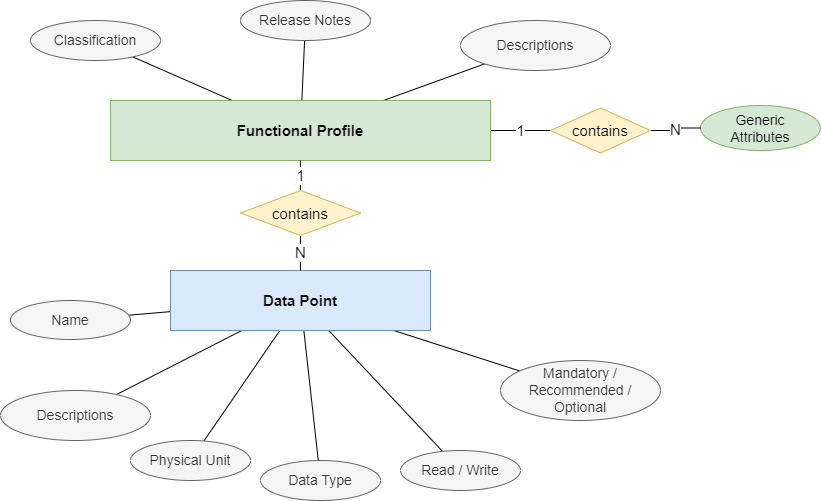
Before: doc/functionalProfile.drawio.png, a diagram exported from draw.io (SmartgridReady/SGrSpecifications). Source tidied: cells renumbered, new cells last; positions are measured from the earlier drawing's top-left corner, leaving out a move shared by most shapes.
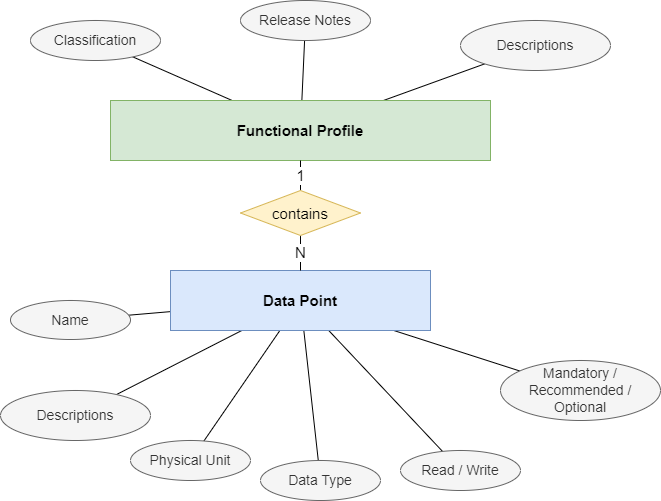
The same diagram one commit later.

What changed in the source:
```diff
@@ -11,9 +11,6 @@
     <mxCell id="4" style="edgeStyle=none;rounded=0;jettySize=auto;html=1;strokeColor=default;fontSize=12;endArrow=none;endFill=0;" parent="1" edge="1" source="6" target="17">
       <mxGeometry relative="1" as="geometry" />
     </mxCell>
-    <mxCell id="5" value="1" style="edgeStyle=orthogonalEdgeStyle;rounded=0;jettySize=auto;html=1;strokeColor=default;fontSize=15;endArrow=none;endFill=0;entryX=0;entryY=0.5;entryDx=0;entryDy=0;" parent="1" edge="1" source="6" target="26">
-      <mxGeometry relative="1" as="geometry" />
-    </mxCell>
     <mxCell id="6" value="Functional Profile" style="whiteSpace=wrap;html=1;align=center;fontSize=15;fillColor=#d5e8d4;strokeColor=#82b366;fontStyle=1;" parent="1" vertex="1">
       <mxGeometry x="110" y="100" width="380" height="60" as="geometry" />
     </mxCell>
@@ -23,9 +20,6 @@
     <mxCell id="8" value="Release Notes" style="ellipse;whiteSpace=wrap;html=1;fillColor=#f5f5f5;fontColor=#333333;strokeColor=#666666;fontSize=14;" parent="1" vertex="1">
       <mxGeometry x="240" width="130" height="40" as="geometry" />
     </mxCell>
-    <mxCell id="9" value="Generic&lt;br&gt;Attributes" style="ellipse;whiteSpace=wrap;html=1;fillColor=#d5e8d4;strokeColor=#82b366;fontSize=14;" parent="1" vertex="1">
-      <mxGeometry x="700" y="105" width="120" height="45" as="geometry" />
-    </mxCell>
     <mxCell id="10" style="edgeStyle=none;rounded=0;jettySize=auto;html=1;strokeColor=default;fontSize=12;endArrow=none;endFill=0;" parent="1" edge="1" source="16" target="18">
       <mxGeometry relative="1" as="geometry" />
     </mxCell>
@@ -71,12 +65,6 @@
     <mxCell id="24" value="Descriptions" style="ellipse;whiteSpace=wrap;html=1;fillColor=#f5f5f5;fontColor=#333333;strokeColor=#666666;fontSize=14;" parent="1" vertex="1">
       <mxGeometry y="390" width="150" height="50" as="geometry" />
     </mxCell>
-    <mxCell id="25" value="N" style="edgeStyle=orthogonalEdgeStyle;rounded=0;jettySize=auto;html=1;strokeColor=default;fontSize=15;endArrow=none;endFill=0;exitX=1;exitY=0.5;exitDx=0;exitDy=0;" parent="1" edge="1" source="26" target="9">
-      <mxGeometry relative="1" as="geometry" />
-    </mxCell>
-    <mxCell id="26" value="contains" style="shape=rhombus;perimeter=rhombusPerimeter;whiteSpace=wrap;html=1;align=center;fontSize=15;fillColor=#fff2cc;strokeColor=#d6b656;" parent="1" vertex="1">
-      <mxGeometry x="550" y="107.5" width="100" height="45" as="geometry" />
-    </mxCell>
     <mxCell id="27" value="1" style="edgeStyle=orthogonalEdgeStyle;rounded=0;jettySize=auto;html=1;strokeColor=default;fontSize=15;endArrow=none;endFill=0;exitX=0.5;exitY=0;exitDx=0;exitDy=0;" parent="1" edge="1" source="29" target="6">
       <mxGeometry relative="1" as="geometry" />
     </mxCell>
```
